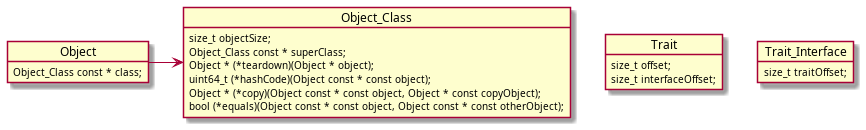
Before: docs/media/diag-building-blocks.png, a diagram exported from PlantUML (alexmarincu/Cbject).
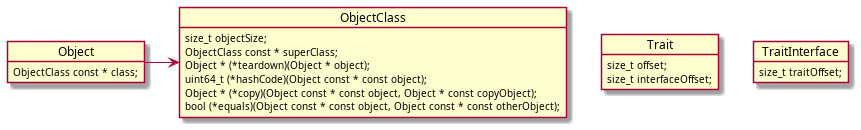
The same diagram one commit later.

Diff of the diagram source:
```diff
@@ -1,10 +1,10 @@
 @startuml
 object Object {
-    Object_Class const * class;
+    ObjectClass const * class;
 }
-object Object_Class {
+object ObjectClass {
     size_t objectSize;
-    Object_Class const * superClass;
+    ObjectClass const * superClass;
     Object * (*teardown)(Object * object);
     uint64_t (*hashCode)(Object const * const object);
     Object * (*copy)(Object const * const object, Object * const copyObject);
@@ -14,8 +14,8 @@
     size_t offset;
     size_t interfaceOffset;
 }
-object Trait_Interface {
+object TraitInterface {
     size_t traitOffset;
 }
-Object -r-> Object_Class
+Object -r-> ObjectClass
 @enduml
```
